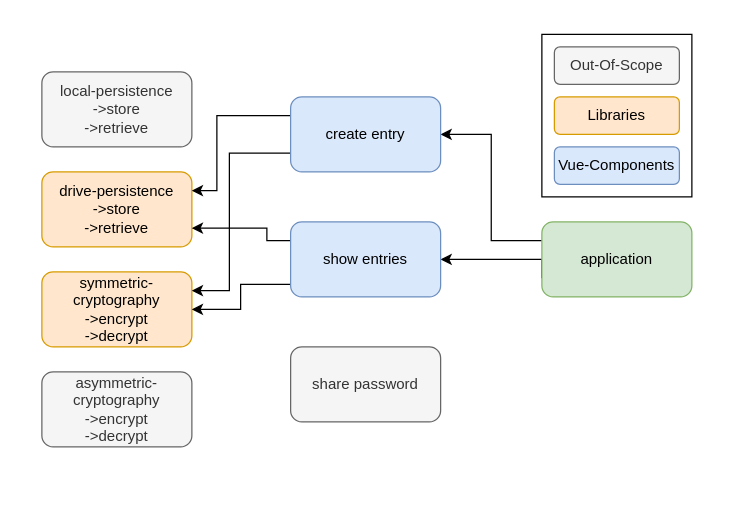
The draw.io diagram page "Seite-2" (2 of 2) of doc/pictures/Dash_Implementierung.drawio in robhta/DASHPasswordManager, before the edit. Source tidied: cells renumbered, new cells numbered last; positions are measured from the earlier drawing's top-left corner, leaving out a move shared by most shapes. Both pictures are drawn from the tidied source at 125%, with x=0, y=0 at pixel (41, 34).
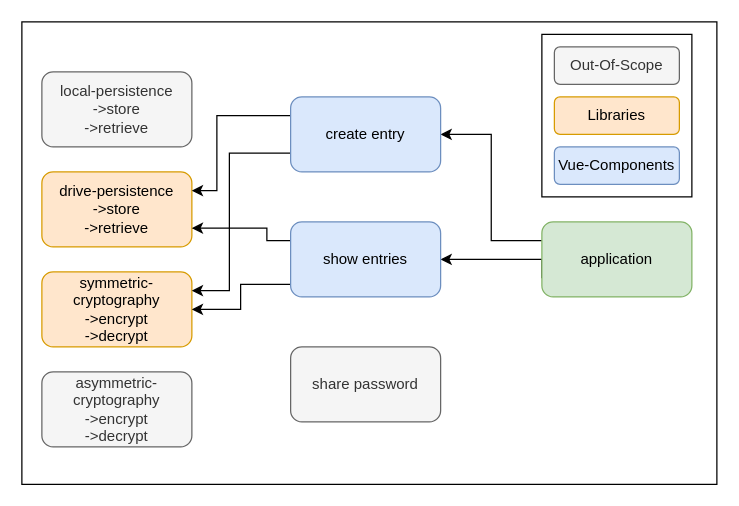
Above is the later version.

Commit message (it also covers changes not shown here):
update architecture figure for the readme

Diff of the diagram source:
```diff
@@
+    <mxCell id="21" style="rounded=0;whiteSpace=wrap;html=1;" parent="1" vertex="1">
+      <mxGeometry x="-16" y="-10" width="556" height="370" as="geometry" />
+    </mxCell>
```
